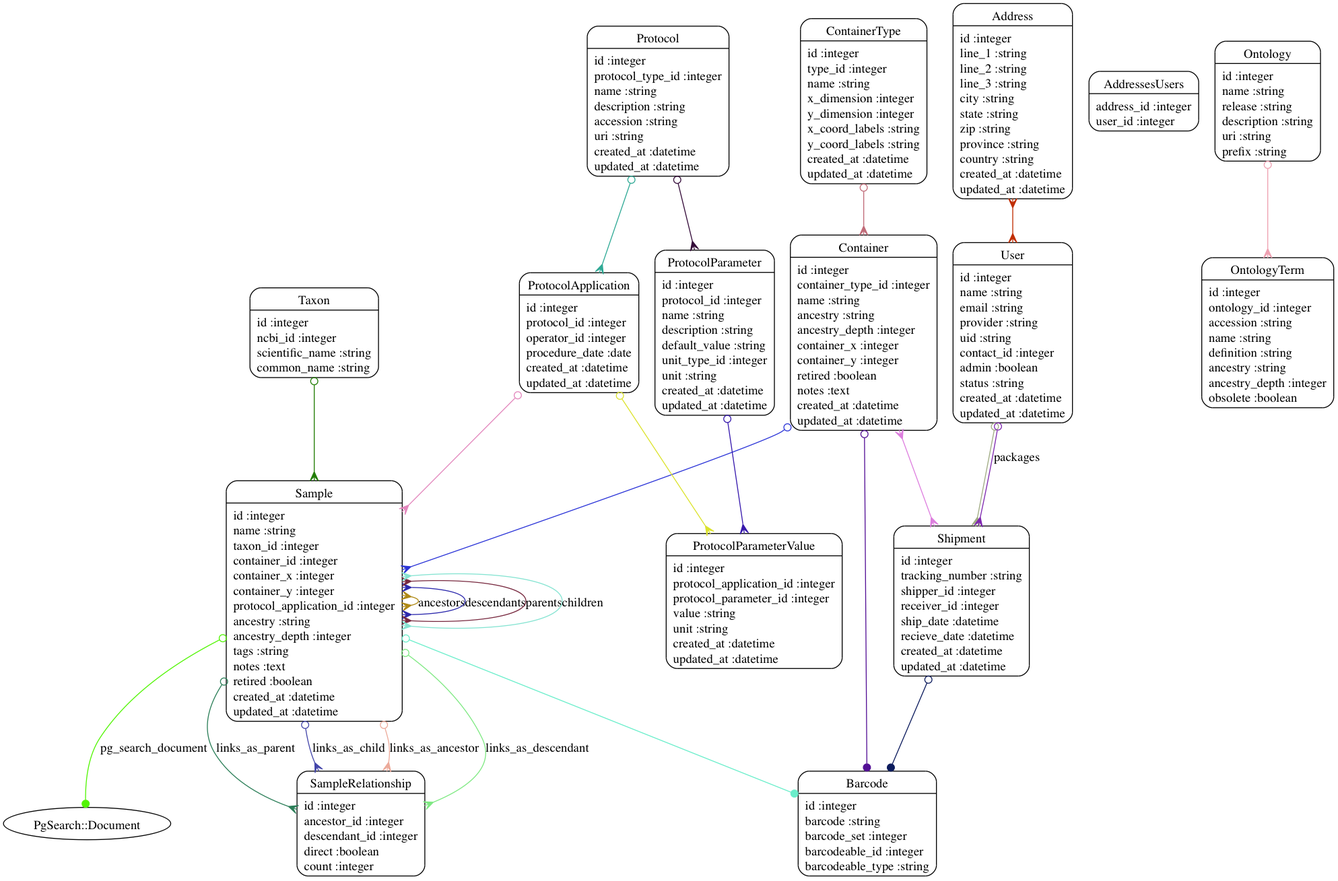
Above: models.png in dimitras/collos (Graphviz), before the change. Its source is kept beside it as models.dot.
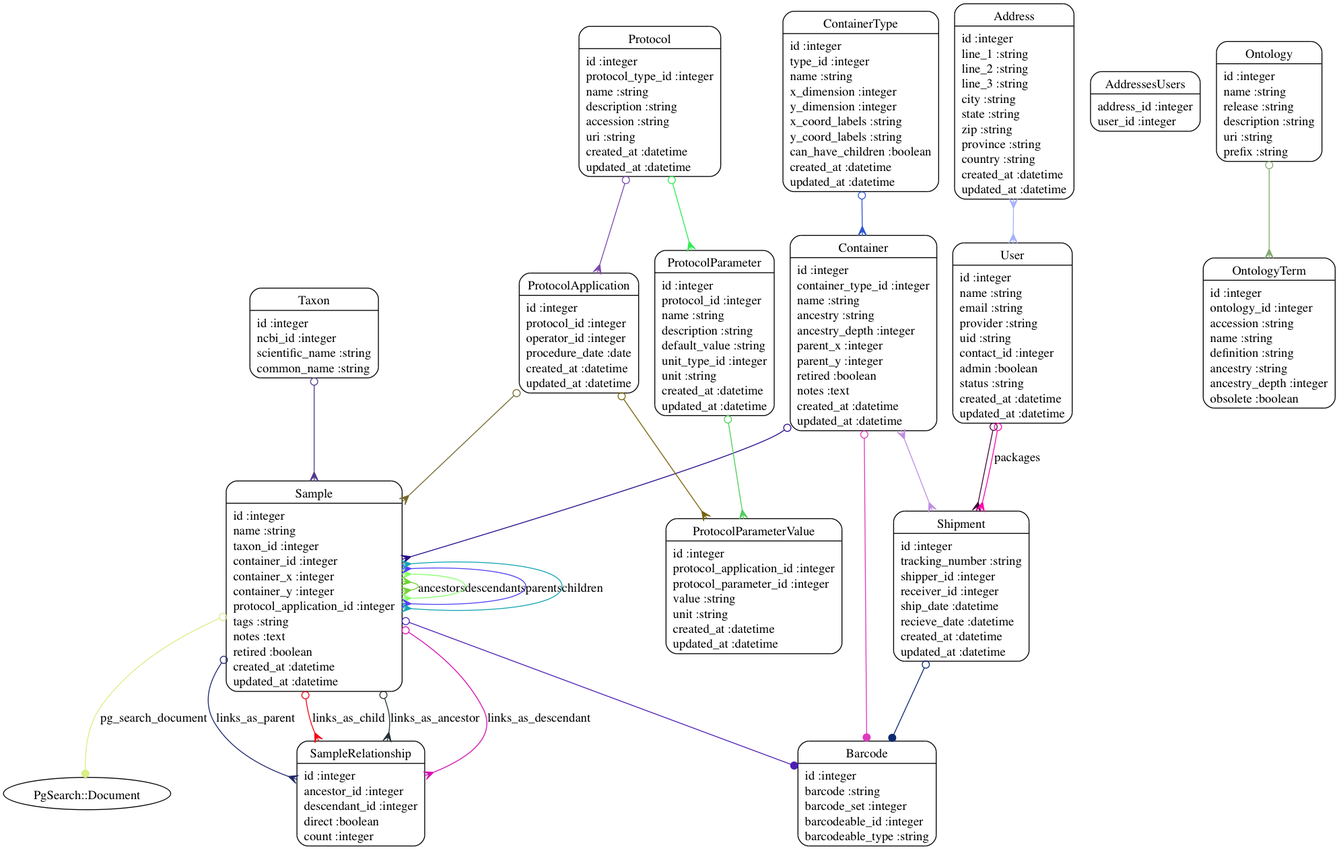
After the change.

Change to the diagram source:
```diff
@@ -3,42 +3,42 @@
 	"Address" [shape=Mrecord, label="{Address|id :integer\lline_1 :string\lline_2 :string\lline_3 :string\lcity :string\lstate :string\lzip :string\lprovince :string\lcountry :string\lcreated_at :datetime\lupdated_at :datetime\l}"]
 	"AddressesUsers" [shape=Mrecord, label="{AddressesUsers|address_id :integer\luser_id :integer\l}"]
 	"Barcode" [shape=Mrecord, label="{Barcode|id :integer\lbarcode :string\lbarcode_set :integer\lbarcodeable_id :integer\lbarcodeable_type :string\l}"]
-	"Container" [shape=Mrecord, label="{Container|id :integer\lcontainer_type_id :integer\lname :string\lancestry :string\lancestry_depth :integer\lcontainer_x :integer\lcontainer_y :integer\lretired :boolean\lnotes :text\lcreated_at :datetime\lupdated_at :datetime\l}"]
-	"ContainerType" [shape=Mrecord, label="{ContainerType|id :integer\ltype_id :integer\lname :string\lx_dimension :integer\ly_dimension :integer\lx_coord_labels :string\ly_coord_labels :string\lcreated_at :datetime\lupdated_at :datetime\l}"]
+	"Container" [shape=Mrecord, label="{Container|id :integer\lcontainer_type_id :integer\lname :string\lancestry :string\lancestry_depth :integer\lparent_x :integer\lparent_y :integer\lretired :boolean\lnotes :text\lcreated_at :datetime\lupdated_at :datetime\l}"]
+	"ContainerType" [shape=Mrecord, label="{ContainerType|id :integer\ltype_id :integer\lname :string\lx_dimension :integer\ly_dimension :integer\lx_coord_labels :string\ly_coord_labels :string\lcan_have_children :boolean\lcreated_at :datetime\lupdated_at :datetime\l}"]
 	"Ontology" [shape=Mrecord, label="{Ontology|id :integer\lname :string\lrelease :string\ldescription :string\luri :string\lprefix :string\l}"]
 	"OntologyTerm" [shape=Mrecord, label="{OntologyTerm|id :integer\lontology_id :integer\laccession :string\lname :string\ldefinition :string\lancestry :string\lancestry_depth :integer\lobsolete :boolean\l}"]
 	"Protocol" [shape=Mrecord, label="{Protocol|id :integer\lprotocol_type_id :integer\lname :string\ldescription :string\laccession :string\luri :string\lcreated_at :datetime\lupdated_at :datetime\l}"]
 	"ProtocolApplication" [shape=Mrecord, label="{ProtocolApplication|id :integer\lprotocol_id :integer\loperator_id :integer\lprocedure_date :date\lcreated_at :datetime\lupdated_at :datetime\l}"]
 	"ProtocolParameter" [shape=Mrecord, label="{ProtocolParameter|id :integer\lprotocol_id :integer\lname :string\ldescription :string\ldefault_value :string\lunit_type_id :integer\lunit :string\lcreated_at :datetime\lupdated_at :datetime\l}"]
 	"ProtocolParameterValue" [shape=Mrecord, label="{ProtocolParameterValue|id :integer\lprotocol_application_id :integer\lprotocol_parameter_id :integer\lvalue :string\lunit :string\lcreated_at :datetime\lupdated_at :datetime\l}"]
-	"Sample" [shape=Mrecord, label="{Sample|id :integer\lname :string\ltaxon_id :integer\lcontainer_id :integer\lcontainer_x :integer\lcontainer_y :integer\lprotocol_application_id :integer\lancestry :string\lancestry_depth :integer\ltags :string\lnotes :text\lretired :boolean\lcreated_at :datetime\lupdated_at :datetime\l}"]
+	"Sample" [shape=Mrecord, label="{Sample|id :integer\lname :string\ltaxon_id :integer\lcontainer_id :integer\lcontainer_x :integer\lcontainer_y :integer\lprotocol_application_id :integer\ltags :string\lnotes :text\lretired :boolean\lcreated_at :datetime\lupdated_at :datetime\l}"]
 	"SampleRelationship" [shape=Mrecord, label="{SampleRelationship|id :integer\lancestor_id :integer\ldescendant_id :integer\ldirect :boolean\lcount :integer\l}"]
 	"Shipment" [shape=Mrecord, label="{Shipment|id :integer\ltracking_number :string\lshipper_id :integer\lreceiver_id :integer\lship_date :datetime\lrecieve_date :datetime\lcreated_at :datetime\lupdated_at :datetime\l}"]
 	"Taxon" [shape=Mrecord, label="{Taxon|id :integer\lncbi_id :integer\lscientific_name :string\lcommon_name :string\l}"]
 	"User" [shape=Mrecord, label="{User|id :integer\lname :string\lemail :string\lprovider :string\luid :string\lcontact_id :integer\ladmin :boolean\lstatus :string\lcreated_at :datetime\lupdated_at :datetime\l}"]
-	"Address" -> "User" [arrowtail=crow, arrowhead=crow, dir=both color="#C02D01"]
-	"Container" -> "Sample" [arrowtail=odot, arrowhead=crow, dir=both color="#2B34D7"]
-	"Container" -> "Barcode" [arrowtail=odot, arrowhead=dot, dir=both color="#530F95"]
-	"Container" -> "Shipment" [arrowtail=crow, arrowhead=crow, dir=both color="#DD7EDE"]
-	"ContainerType" -> "Container" [arrowtail=odot, arrowhead=crow, dir=both color="#C06B78"]
-	"Ontology" -> "OntologyTerm" [arrowtail=odot, arrowhead=crow, dir=both color="#EEA0B1"]
-	"Protocol" -> "ProtocolApplication" [arrowtail=odot, arrowhead=crow, dir=both color="#2FA995"]
-	"Protocol" -> "ProtocolParameter" [arrowtail=odot, arrowhead=crow, dir=both color="#340B39"]
-	"ProtocolApplication" -> "Sample" [arrowtail=odot, arrowhead=crow, dir=both color="#E286BC"]
-	"ProtocolApplication" -> "ProtocolParameterValue" [arrowtail=odot, arrowhead=crow, dir=both color="#DBE22D"]
-	"ProtocolParameter" -> "ProtocolParameterValue" [arrowtail=odot, arrowhead=crow, dir=both color="#3618AC"]
-	"Sample" -> "Barcode" [arrowtail=odot, arrowhead=dot, dir=both color="#6AEDCA"]
-	"Sample" -> "SampleRelationship" [label="links_as_ancestor", arrowtail=odot, arrowhead=crow, dir=both color="#ECAA9A"]
-	"Sample" -> "SampleRelationship" [label="links_as_descendant", arrowtail=odot, arrowhead=crow, dir=both color="#7EE882"]
-	"Sample" -> "Sample" [label="ancestors", arrowtail=crow, arrowhead=crow, dir=both color="#AE8814"]
-	"Sample" -> "Sample" [label="descendants", arrowtail=crow, arrowhead=crow, dir=both color="#2C29AC"]
-	"Sample" -> "SampleRelationship" [label="links_as_parent", arrowtail=odot, arrowhead=crow, dir=both color="#2B7E58"]
-	"Sample" -> "SampleRelationship" [label="links_as_child", arrowtail=odot, arrowhead=crow, dir=both color="#4345AA"]
-	"Sample" -> "Sample" [label="parents", arrowtail=crow, arrowhead=crow, dir=both color="#782A40"]
-	"Sample" -> "Sample" [label="children", arrowtail=crow, arrowhead=crow, dir=both color="#85E3D1"]
-	"Sample" -> "PgSearch::Document" [label="pg_search_document", arrowtail=odot, arrowhead=dot, dir=both color="#52F405"]
-	"Shipment" -> "Barcode" [arrowtail=odot, arrowhead=dot, dir=both color="#0C1B5D"]
-	"Taxon" -> "Sample" [arrowtail=odot, arrowhead=crow, dir=both color="#217D04"]
-	"User" -> "Shipment" [arrowtail=odot, arrowhead=crow, dir=both color="#9FAB82"]
-	"User" -> "Shipment" [label="packages", arrowtail=odot, arrowhead=crow, dir=both color="#7E27AF"]
+	"Address" -> "User" [arrowtail=crow, arrowhead=crow, dir=both color="#A6B2FA"]
+	"Container" -> "Sample" [arrowtail=odot, arrowhead=crow, dir=both color="#280A8B"]
+	"Container" -> "Barcode" [arrowtail=odot, arrowhead=dot, dir=both color="#DD3AC0"]
+	"Container" -> "Shipment" [arrowtail=crow, arrowhead=crow, dir=both color="#BE8EE2"]
+	"ContainerType" -> "Container" [arrowtail=odot, arrowhead=crow, dir=both color="#2C54D5"]
+	"Ontology" -> "OntologyTerm" [arrowtail=odot, arrowhead=crow, dir=both color="#84AB72"]
+	"Protocol" -> "ProtocolApplication" [arrowtail=odot, arrowhead=crow, dir=both color="#7E48B0"]
+	"Protocol" -> "ProtocolParameter" [arrowtail=odot, arrowhead=crow, dir=both color="#31EB51"]
+	"ProtocolApplication" -> "Sample" [arrowtail=odot, arrowhead=crow, dir=both color="#73692C"]
+	"ProtocolApplication" -> "ProtocolParameterValue" [arrowtail=odot, arrowhead=crow, dir=both color="#776209"]
+	"ProtocolParameter" -> "ProtocolParameterValue" [arrowtail=odot, arrowhead=crow, dir=both color="#4FCE5B"]
+	"Sample" -> "Barcode" [arrowtail=odot, arrowhead=dot, dir=both color="#4D20B5"]
+	"Sample" -> "SampleRelationship" [label="links_as_ancestor", arrowtail=odot, arrowhead=crow, dir=both color="#233135"]
+	"Sample" -> "SampleRelationship" [label="links_as_descendant", arrowtail=odot, arrowhead=crow, dir=both color="#D40FB1"]
+	"Sample" -> "Sample" [label="ancestors", arrowtail=crow, arrowhead=crow, dir=both color="#73D136"]
+	"Sample" -> "Sample" [label="descendants", arrowtail=crow, arrowhead=crow, dir=both color="#8AFD6C"]
+	"Sample" -> "SampleRelationship" [label="links_as_parent", arrowtail=odot, arrowhead=crow, dir=both color="#20276C"]
+	"Sample" -> "SampleRelationship" [label="links_as_child", arrowtail=odot, arrowhead=crow, dir=both color="#F70410"]
+	"Sample" -> "Sample" [label="parents", arrowtail=crow, arrowhead=crow, dir=both color="#5242F2"]
+	"Sample" -> "Sample" [label="children", arrowtail=crow, arrowhead=crow, dir=both color="#17A5B4"]
+	"Sample" -> "PgSearch::Document" [label="pg_search_document", arrowtail=odot, arrowhead=dot, dir=both color="#D8EE87"]
+	"Shipment" -> "Barcode" [arrowtail=odot, arrowhead=dot, dir=both color="#0D2970"]
+	"Taxon" -> "Sample" [arrowtail=odot, arrowhead=crow, dir=both color="#533A8A"]
+	"User" -> "Shipment" [arrowtail=odot, arrowhead=crow, dir=both color="#470C38"]
+	"User" -> "Shipment" [label="packages", arrowtail=odot, arrowhead=crow, dir=both color="#FA08B1"]
 }
```
